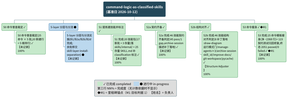
The PlantUML diagram .specify/anchoring/command-logic-as-classified-skills/summary/assets/wbs.svg in cloud-native-ai/spec-kit, before a commit.
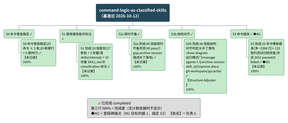
The same diagram one commit later.

The edit, as a diff of the source:
```diff
@@ -12,14 +12,11 @@
   node { FontSize 16; Padding 10; Margin 6; MaximumWidth 160 }
   rootNode { BackgroundColor #24485A; FontColor white; FontStyle bold; FontSize 20; Padding 16; MaximumWidth 340 }
   .done  { BackgroundColor #C6E9CB; LineColor #3E9256 }
-  .doing { BackgroundColor #BBD8EE; LineColor #2E6E9E }
 }
 </style>
-* command-logic-as-classified-skills\n(基准日 2026-10-12)
+* command-logic-as-classified-skills\n（基准日 2026-10-12）
 ** S0 命令普查裁定 ✓ <<done>>
 *** S0 命令普查裁定(25 命令 × 5 批;20 新建行 + 5 维持行) ✓\n【未记录】\n100% <<done>>
-** S-layer 分层与分流 ● <<doing>>
-*** S-layer 分层与分流实施(B1/B2a/B2b/B2d 完成;\n余批移交 skill-layer-install-\nseparation) ●\n【未记录】 <<doing>>
 ** S1 提炼建技能并标注 ✓ <<done>>
 *** S1 完成:20 技能包(17 新批 + 3 存量)落 skills/internal/ + 25 存量 SKILL.md 补 classification 标注 ✓\n【未记录】\n100% <<done>>
 ** S2a 契约齐备 ✓ <<done>>
@@ -29,8 +26,8 @@
 ** S3 命令瘦身 ✓ ◆M1 <<done>>
 *** S3 完成:25 命令模板瘦身(净 −2368 行)+ 123 契约测试归因修复,终态 2051 passed/0 failed ✓ ◆M1\n【未记录】\n100% <<done>>
 legend bottom
-  <size:18>  <back:#C6E9CB>        </back> ✓ 已完成 completed    <back:#BBD8EE>        </back> ● 进行中 in-progress  </size>
+  <size:18>  <back:#C6E9CB>        </back> ✓ 已完成 completed  </size>
   <size:18>  第三行 NN% = 完成度（无计数依据时不显示）  </size>
-  <size:18>  ◆M1 = 里程碑锚点（M1 目标判据 1）    【姓名】= 负责人  </size>
+  <size:18>  ◆M1 = 里程碑锚点（M1 目标判据 1，锚定 S3）    【姓名】= 负责人  </size>
 endlegend
 @endwbs
```
